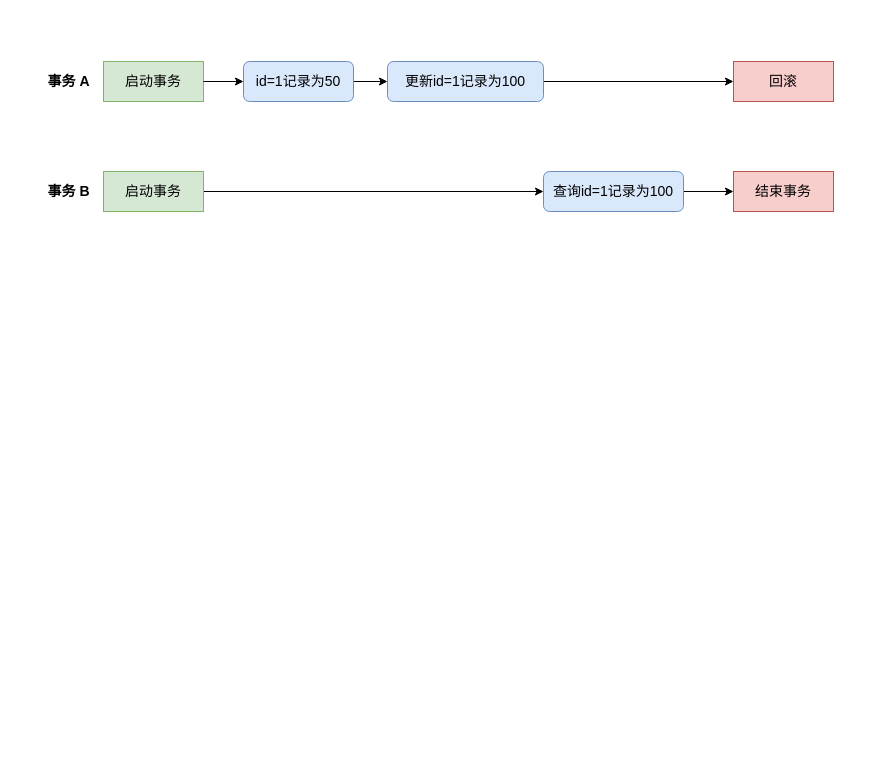
This is mysql/mysql.drawio from Floweryu/my-diagrams, a draw.io file, before an edit. Source tidied: cells renumbered, new cells numbered last; positions are measured from the earlier drawing's top-left corner, leaving out a move shared by most shapes. Both pictures are drawn from the tidied source at 100%, with x=0, y=0 at pixel (33, 61).
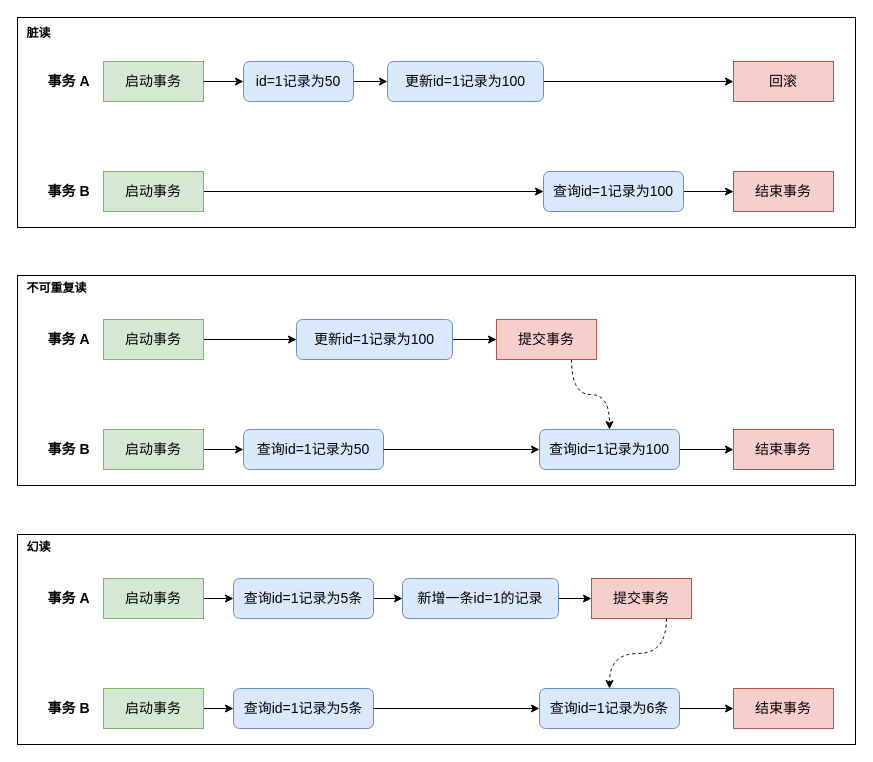
The same page after the edit.

Diff of the diagram source:
```diff
@@
+    <mxCell id="16" style="rounded=0;whiteSpace=wrap;html=1;" parent="1" vertex="1">
+      <mxGeometry x="-16" y="-44" width="838" height="210" as="geometry" />
+    </mxCell>
@@
+    <mxCell id="17" value="&lt;b&gt;脏读&lt;/b&gt;" style="text;html=1;align=center;verticalAlign=middle;strokeColor=none;fillColor=none;" parent="1" vertex="1">
+      <mxGeometry x="-16" y="-41" width="42" height="26" as="geometry" />
+    </mxCell>
+    <mxCell id="18" style="rounded=0;whiteSpace=wrap;html=1;" parent="1" vertex="1">
+      <mxGeometry x="-16" y="214" width="838" height="210" as="geometry" />
+    </mxCell>
+    <mxCell id="19" style="edgeStyle=orthogonalEdgeStyle;rounded=0;jettySize=auto;html=1;exitX=1;exitY=0.5;exitDx=0;exitDy=0;entryX=0;entryY=0.5;entryDx=0;entryDy=0;" parent="1" edge="1" source="20" target="22">
+      <mxGeometry relative="1" as="geometry" />
+    </mxCell>
+    <mxCell id="20" value="&lt;font style=&quot;font-size: 14px;&quot;&gt;启动事务&lt;/font&gt;" style="rounded=0;whiteSpace=wrap;html=1;fillColor=#d5e8d4;strokeColor=#82b366;" parent="1" vertex="1">
+      <mxGeometry x="70" y="258" width="100" height="40" as="geometry" />
+    </mxCell>
+    <mxCell id="21" style="edgeStyle=orthogonalEdgeStyle;rounded=0;jettySize=auto;html=1;exitX=1;exitY=0.5;exitDx=0;exitDy=0;entryX=0;entryY=0.5;entryDx=0;entryDy=0;" parent="1" edge="1" source="22" target="24">
+      <mxGeometry relative="1" as="geometry" />
+    </mxCell>
+    <mxCell id="22" value="&lt;font style=&quot;font-size: 14px;&quot;&gt;更新id=1记录为100&lt;/font&gt;" style="rounded=1;whiteSpace=wrap;html=1;fillColor=#dae8fc;strokeColor=#6c8ebf;" parent="1" vertex="1">
+      <mxGeometry x="263" y="258" width="156" height="40" as="geometry" />
+    </mxCell>
+    <mxCell id="23" style="edgeStyle=orthogonalEdgeStyle;rounded=0;jettySize=auto;html=1;exitX=0.75;exitY=1;exitDx=0;exitDy=0;entryX=0.5;entryY=0;entryDx=0;entryDy=0;dashed=1;curved=1;" parent="1" edge="1" source="24" target="34">
+      <mxGeometry relative="1" as="geometry" />
+    </mxCell>
+    <mxCell id="24" value="&lt;font style=&quot;font-size: 14px;&quot;&gt;提交事务&lt;/font&gt;" style="rounded=0;whiteSpace=wrap;html=1;fillColor=#f8cecc;strokeColor=#b85450;" parent="1" vertex="1">
+      <mxGeometry x="463" y="258" width="100" height="40" as="geometry" />
+    </mxCell>
+    <mxCell id="25" style="edgeStyle=orthogonalEdgeStyle;rounded=0;jettySize=auto;html=1;exitX=1;exitY=0.5;exitDx=0;exitDy=0;entryX=0;entryY=0.5;entryDx=0;entryDy=0;" parent="1" edge="1" source="26" target="29">
+      <mxGeometry relative="1" as="geometry" />
+    </mxCell>
+    <mxCell id="26" value="&lt;font style=&quot;font-size: 14px;&quot;&gt;启动事务&lt;/font&gt;" style="rounded=0;whiteSpace=wrap;html=1;fillColor=#d5e8d4;strokeColor=#82b366;" parent="1" vertex="1">
+      <mxGeometry x="70" y="368" width="100" height="40" as="geometry" />
+    </mxCell>
+    <mxCell id="27" value="&lt;font style=&quot;font-size: 14px;&quot;&gt;结束事务&lt;/font&gt;" style="rounded=0;whiteSpace=wrap;html=1;fillColor=#f8cecc;strokeColor=#b85450;" parent="1" vertex="1">
+      <mxGeometry x="700" y="368" width="100" height="40" as="geometry" />
+    </mxCell>
+    <mxCell id="28" style="edgeStyle=orthogonalEdgeStyle;rounded=0;jettySize=auto;html=1;exitX=1;exitY=0.5;exitDx=0;exitDy=0;" parent="1" edge="1" source="34" target="27">
+      <mxGeometry relative="1" as="geometry" />
+    </mxCell>
+    <mxCell id="29" value="&lt;font style=&quot;font-size: 14px;&quot;&gt;查询id=1记录为50&lt;/font&gt;" style="rounded=1;whiteSpace=wrap;html=1;fillColor=#dae8fc;strokeColor=#6c8ebf;" parent="1" vertex="1">
+      <mxGeometry x="210" y="368" width="140" height="40" as="geometry" />
+    </mxCell>
+    <mxCell id="30" value="&lt;font style=&quot;font-size: 14px;&quot;&gt;&lt;b&gt;事务 A&lt;/b&gt;&lt;/font&gt;" style="text;html=1;align=center;verticalAlign=middle;strokeColor=none;fillColor=none;" parent="1" vertex="1">
+      <mxGeometry y="263" width="70" height="30" as="geometry" />
+    </mxCell>
+    <mxCell id="31" value="&lt;font style=&quot;font-size: 14px;&quot;&gt;&lt;b&gt;事务 B&lt;/b&gt;&lt;/font&gt;" style="text;html=1;align=center;verticalAlign=middle;strokeColor=none;fillColor=none;" parent="1" vertex="1">
+      <mxGeometry y="373" width="70" height="30" as="geometry" />
+    </mxCell>
+    <mxCell id="32" value="&lt;b&gt;不可重复读&lt;/b&gt;" style="text;html=1;align=center;verticalAlign=middle;strokeColor=none;fillColor=none;" parent="1" vertex="1">
+      <mxGeometry x="-16" y="214" width="78" height="26" as="geometry" />
+    </mxCell>
+    <mxCell id="33" style="edgeStyle=orthogonalEdgeStyle;rounded=0;jettySize=auto;html=1;exitX=1;exitY=0.5;exitDx=0;exitDy=0;" parent="1" edge="1" source="29" target="34">
+      <mxGeometry relative="1" as="geometry" />
+    </mxCell>
+    <mxCell id="34" value="&lt;font style=&quot;font-size: 14px;&quot;&gt;查询id=1记录为100&lt;/font&gt;" style="rounded=1;whiteSpace=wrap;html=1;fillColor=#dae8fc;strokeColor=#6c8ebf;" parent="1" vertex="1">
+      <mxGeometry x="506" y="368" width="140" height="40" as="geometry" />
+    </mxCell>
+    <mxCell id="35" style="rounded=0;whiteSpace=wrap;html=1;" parent="1" vertex="1">
+      <mxGeometry x="-16" y="473" width="838" height="210" as="geometry" />
+    </mxCell>
+    <mxCell id="36" style="edgeStyle=orthogonalEdgeStyle;rounded=0;jettySize=auto;html=1;exitX=1;exitY=0.5;exitDx=0;exitDy=0;entryX=0;entryY=0.5;entryDx=0;entryDy=0;" parent="1" edge="1" source="37" target="53">
+      <mxGeometry relative="1" as="geometry" />
+    </mxCell>
+    <mxCell id="37" value="&lt;font style=&quot;font-size: 14px;&quot;&gt;启动事务&lt;/font&gt;" style="rounded=0;whiteSpace=wrap;html=1;fillColor=#d5e8d4;strokeColor=#82b366;" parent="1" vertex="1">
+      <mxGeometry x="70" y="517" width="100" height="40" as="geometry" />
+    </mxCell>
+    <mxCell id="38" style="edgeStyle=orthogonalEdgeStyle;rounded=0;jettySize=auto;html=1;exitX=1;exitY=0.5;exitDx=0;exitDy=0;entryX=0;entryY=0.5;entryDx=0;entryDy=0;" parent="1" edge="1" source="39" target="41">
+      <mxGeometry relative="1" as="geometry" />
+    </mxCell>
+    <mxCell id="39" value="&lt;font style=&quot;font-size: 14px;&quot;&gt;新增一条id=1的记录&lt;/font&gt;" style="rounded=1;whiteSpace=wrap;html=1;fillColor=#dae8fc;strokeColor=#6c8ebf;" parent="1" vertex="1">
+      <mxGeometry x="369" y="517" width="156" height="40" as="geometry" />
+    </mxCell>
+    <mxCell id="40" style="edgeStyle=orthogonalEdgeStyle;rounded=0;jettySize=auto;html=1;exitX=0.75;exitY=1;exitDx=0;exitDy=0;entryX=0.5;entryY=0;entryDx=0;entryDy=0;dashed=1;curved=1;" parent="1" edge="1" source="41" target="51">
+      <mxGeometry relative="1" as="geometry" />
+    </mxCell>
+    <mxCell id="41" value="&lt;font style=&quot;font-size: 14px;&quot;&gt;提交事务&lt;/font&gt;" style="rounded=0;whiteSpace=wrap;html=1;fillColor=#f8cecc;strokeColor=#b85450;" parent="1" vertex="1">
+      <mxGeometry x="558" y="517" width="100" height="40" as="geometry" />
+    </mxCell>
+    <mxCell id="42" style="edgeStyle=orthogonalEdgeStyle;rounded=0;jettySize=auto;html=1;exitX=1;exitY=0.5;exitDx=0;exitDy=0;entryX=0;entryY=0.5;entryDx=0;entryDy=0;" parent="1" edge="1" source="43" target="46">
+      <mxGeometry relative="1" as="geometry" />
+    </mxCell>
+    <mxCell id="43" value="&lt;font style=&quot;font-size: 14px;&quot;&gt;启动事务&lt;/font&gt;" style="rounded=0;whiteSpace=wrap;html=1;fillColor=#d5e8d4;strokeColor=#82b366;" parent="1" vertex="1">
+      <mxGeometry x="70" y="627" width="100" height="40" as="geometry" />
+    </mxCell>
+    <mxCell id="44" value="&lt;font style=&quot;font-size: 14px;&quot;&gt;结束事务&lt;/font&gt;" style="rounded=0;whiteSpace=wrap;html=1;fillColor=#f8cecc;strokeColor=#b85450;" parent="1" vertex="1">
+      <mxGeometry x="700" y="627" width="100" height="40" as="geometry" />
+    </mxCell>
+    <mxCell id="45" style="edgeStyle=orthogonalEdgeStyle;rounded=0;jettySize=auto;html=1;exitX=1;exitY=0.5;exitDx=0;exitDy=0;" parent="1" edge="1" source="51" target="44">
+      <mxGeometry relative="1" as="geometry" />
+    </mxCell>
+    <mxCell id="46" value="&lt;font style=&quot;font-size: 14px;&quot;&gt;查询id=1记录为5条&lt;/font&gt;" style="rounded=1;whiteSpace=wrap;html=1;fillColor=#dae8fc;strokeColor=#6c8ebf;" parent="1" vertex="1">
+      <mxGeometry x="200" y="627" width="140" height="40" as="geometry" />
+    </mxCell>
+    <mxCell id="47" value="&lt;font style=&quot;font-size: 14px;&quot;&gt;&lt;b&gt;事务 A&lt;/b&gt;&lt;/font&gt;" style="text;html=1;align=center;verticalAlign=middle;strokeColor=none;fillColor=none;" parent="1" vertex="1">
+      <mxGeometry y="522" width="70" height="30" as="geometry" />
+    </mxCell>
+    <mxCell id="48" value="&lt;font style=&quot;font-size: 14px;&quot;&gt;&lt;b&gt;事务 B&lt;/b&gt;&lt;/font&gt;" style="text;html=1;align=center;verticalAlign=middle;strokeColor=none;fillColor=none;" parent="1" vertex="1">
+      <mxGeometry y="632" width="70" height="30" as="geometry" />
+    </mxCell>
+    <mxCell id="49" value="&lt;b&gt;幻读&lt;/b&gt;" style="text;html=1;align=center;verticalAlign=middle;strokeColor=none;fillColor=none;" parent="1" vertex="1">
+      <mxGeometry x="-16" y="473" width="42" height="26" as="geometry" />
+    </mxCell>
+    <mxCell id="50" style="edgeStyle=orthogonalEdgeStyle;rounded=0;jettySize=auto;html=1;exitX=1;exitY=0.5;exitDx=0;exitDy=0;" parent="1" edge="1" source="46" target="51">
+      <mxGeometry relative="1" as="geometry" />
+    </mxCell>
+    <mxCell id="51" value="&lt;font style=&quot;font-size: 14px;&quot;&gt;查询id=1记录为6条&lt;/font&gt;" style="rounded=1;whiteSpace=wrap;html=1;fillColor=#dae8fc;strokeColor=#6c8ebf;" parent="1" vertex="1">
+      <mxGeometry x="506" y="627" width="140" height="40" as="geometry" />
+    </mxCell>
+    <mxCell id="52" style="edgeStyle=orthogonalEdgeStyle;rounded=0;jettySize=auto;html=1;exitX=1;exitY=0.5;exitDx=0;exitDy=0;entryX=0;entryY=0.5;entryDx=0;entryDy=0;" parent="1" edge="1" source="53" target="39">
+      <mxGeometry relative="1" as="geometry" />
+    </mxCell>
+    <mxCell id="53" value="&lt;font style=&quot;font-size: 14px;&quot;&gt;查询id=1记录为5条&lt;/font&gt;" style="rounded=1;whiteSpace=wrap;html=1;fillColor=#dae8fc;strokeColor=#6c8ebf;" parent="1" vertex="1">
+      <mxGeometry x="200" y="517" width="140" height="40" as="geometry" />
+    </mxCell>
```
